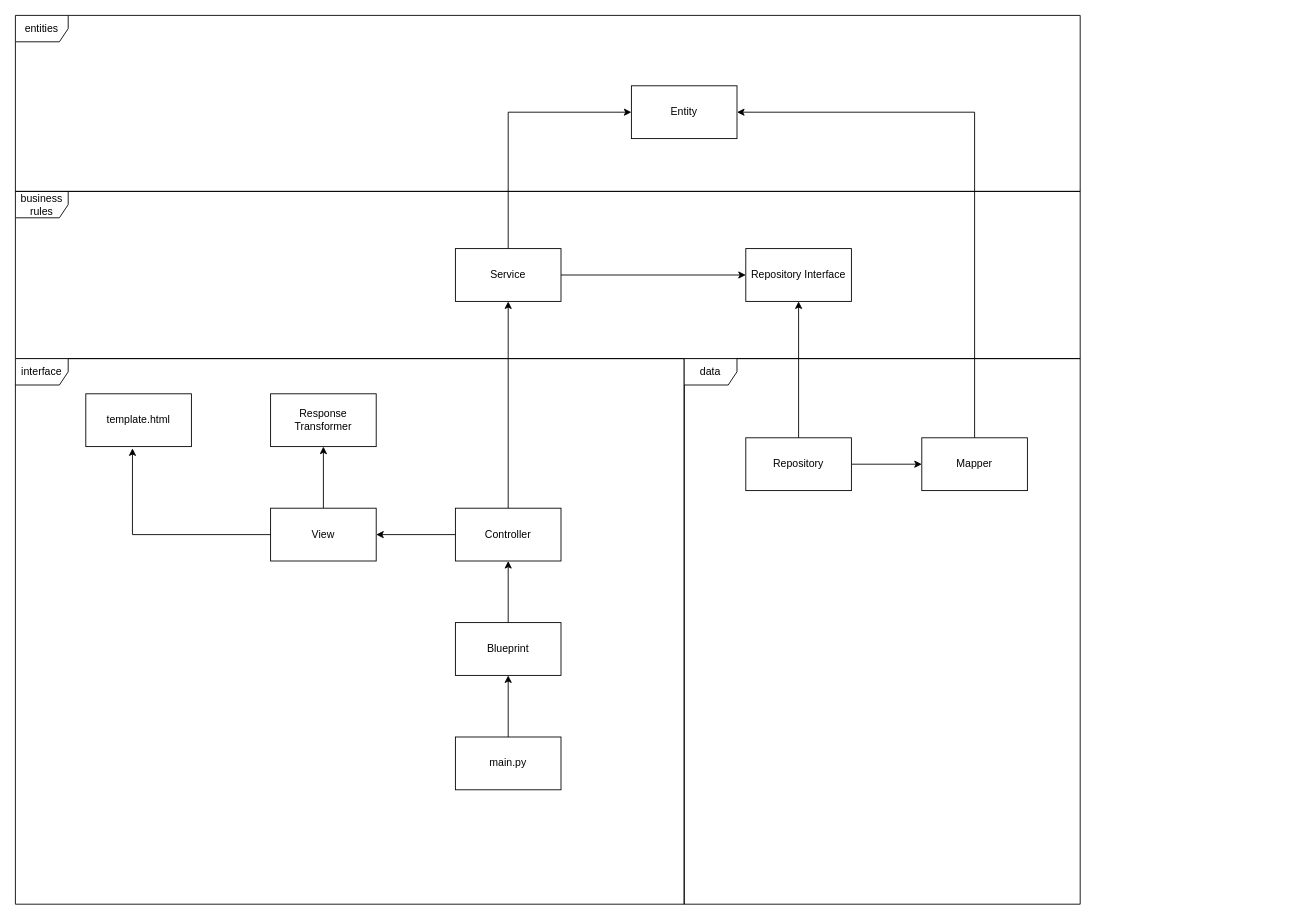
Above: page "Сторінка-1" (1 of 2) of docs/ukubuka_arch.drawio in VadymHutei/ukubuka (draw.io), before the change. Source tidied: cells renumbered, new cells numbered last; positions are measured from the earlier drawing's top-left corner, leaving out a move shared by most shapes. Both pictures are drawn from the tidied source at 88%, with x=0, y=0 at pixel (15, 15).
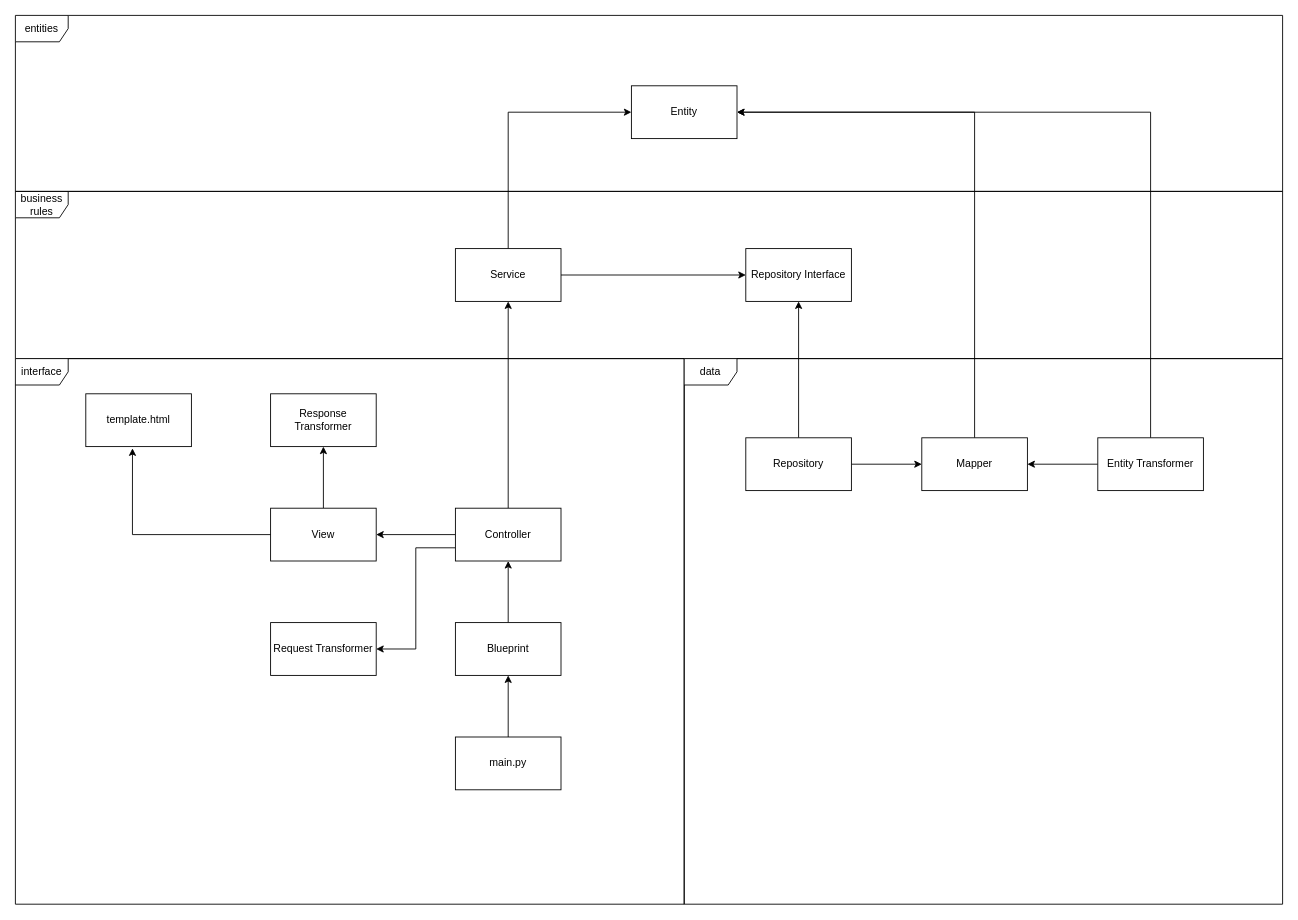
After the change.

The change refers to these unchanged cells:
```xml
<mxCell id="2" value="Entity" style="rounded=0;whiteSpace=wrap;html=1;" parent="1" vertex="1">
  <mxGeometry x="700" y="80" width="120" height="60" as="geometry" />
</mxCell>
<mxCell id="11" value="Mapper" style="rounded=0;whiteSpace=wrap;html=1;" parent="1" vertex="1">
  <mxGeometry x="1030" y="480" width="120" height="60" as="geometry" />
</mxCell>
<mxCell id="14" value="Controller" style="rounded=0;whiteSpace=wrap;html=1;" parent="1" vertex="1">
  <mxGeometry x="500" y="560" width="120" height="60" as="geometry" />
</mxCell>
```

Change to the diagram source:
```diff
@@
+    <mxCell id="28" style="edgeStyle=orthogonalEdgeStyle;rounded=0;jettySize=auto;html=1;exitX=0;exitY=0.75;exitDx=0;exitDy=0;entryX=1;entryY=0.5;entryDx=0;entryDy=0;" parent="1" edge="1" source="14" target="29">
+      <mxGeometry relative="1" as="geometry" />
+    </mxCell>
@@
     <mxCell id="17" value="business rules" style="shape=umlFrame;whiteSpace=wrap;html=1;" parent="1" vertex="1">
-      <mxGeometry y="200" width="1210" height="190" as="geometry" />
+      <mxGeometry y="200" width="1440" height="190" as="geometry" />
     </mxCell>
@@
     <mxCell id="19" value="data" style="shape=umlFrame;whiteSpace=wrap;html=1;" parent="1" vertex="1">
-      <mxGeometry x="760" y="390" width="450" height="620" as="geometry" />
+      <mxGeometry x="760" y="390" width="680" height="620" as="geometry" />
     </mxCell>
     <mxCell id="20" value="entities" style="shape=umlFrame;whiteSpace=wrap;html=1;" parent="1" vertex="1">
-      <mxGeometry width="1210" height="200" as="geometry" />
+      <mxGeometry width="1440" height="200" as="geometry" />
     </mxCell>
@@
+    <mxCell id="29" value="Request Transformer" style="rounded=0;whiteSpace=wrap;html=1;" parent="1" vertex="1">
+      <mxGeometry x="290" y="690" width="120" height="60" as="geometry" />
+    </mxCell>
+    <mxCell id="30" style="edgeStyle=orthogonalEdgeStyle;rounded=0;jettySize=auto;html=1;exitX=0.5;exitY=0;exitDx=0;exitDy=0;entryX=1;entryY=0.5;entryDx=0;entryDy=0;" parent="1" edge="1" source="32" target="2">
+      <mxGeometry relative="1" as="geometry" />
+    </mxCell>
+    <mxCell id="31" style="edgeStyle=orthogonalEdgeStyle;rounded=0;jettySize=auto;html=1;exitX=0;exitY=0.5;exitDx=0;exitDy=0;entryX=1;entryY=0.5;entryDx=0;entryDy=0;" parent="1" edge="1" source="32" target="11">
+      <mxGeometry relative="1" as="geometry" />
+    </mxCell>
+    <mxCell id="32" value="Entity Transformer" style="rounded=0;whiteSpace=wrap;html=1;" parent="1" vertex="1">
+      <mxGeometry x="1230" y="480" width="120" height="60" as="geometry" />
+    </mxCell>
```
